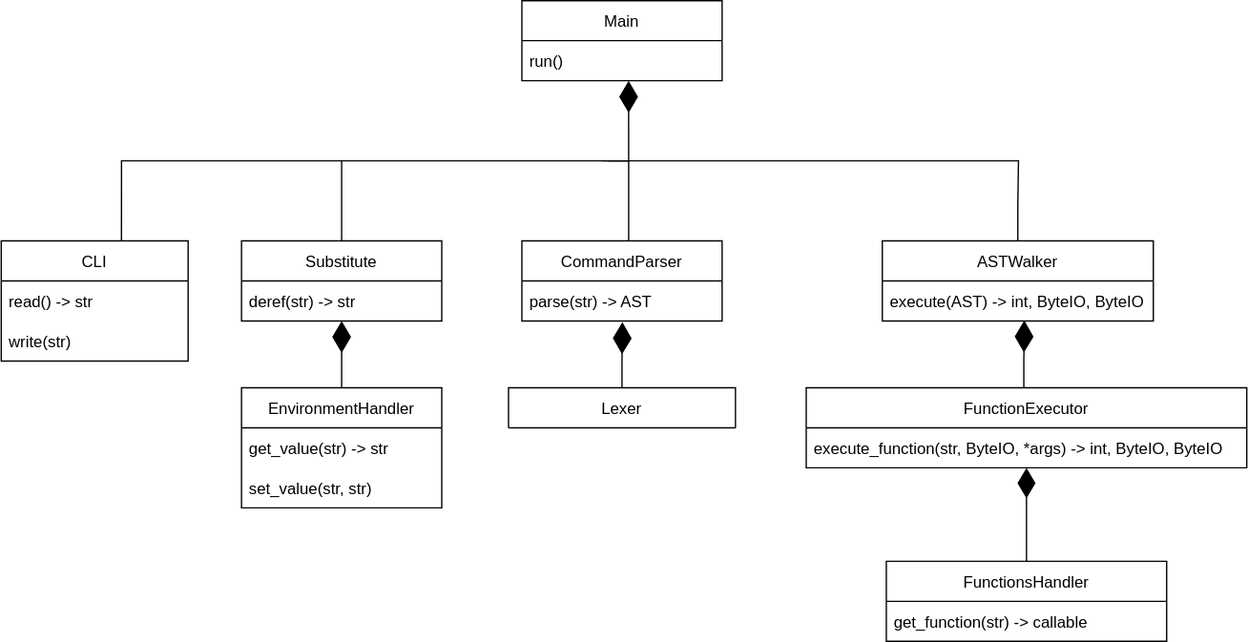
vladnosiv/sd-hse-2022 keeps this draw.io diagram as diagram.svg. Above is the earlier version. Source tidied: cells renumbered, new cells last; positions are measured from the earlier drawing's top-left corner, leaving out a move shared by most shapes.
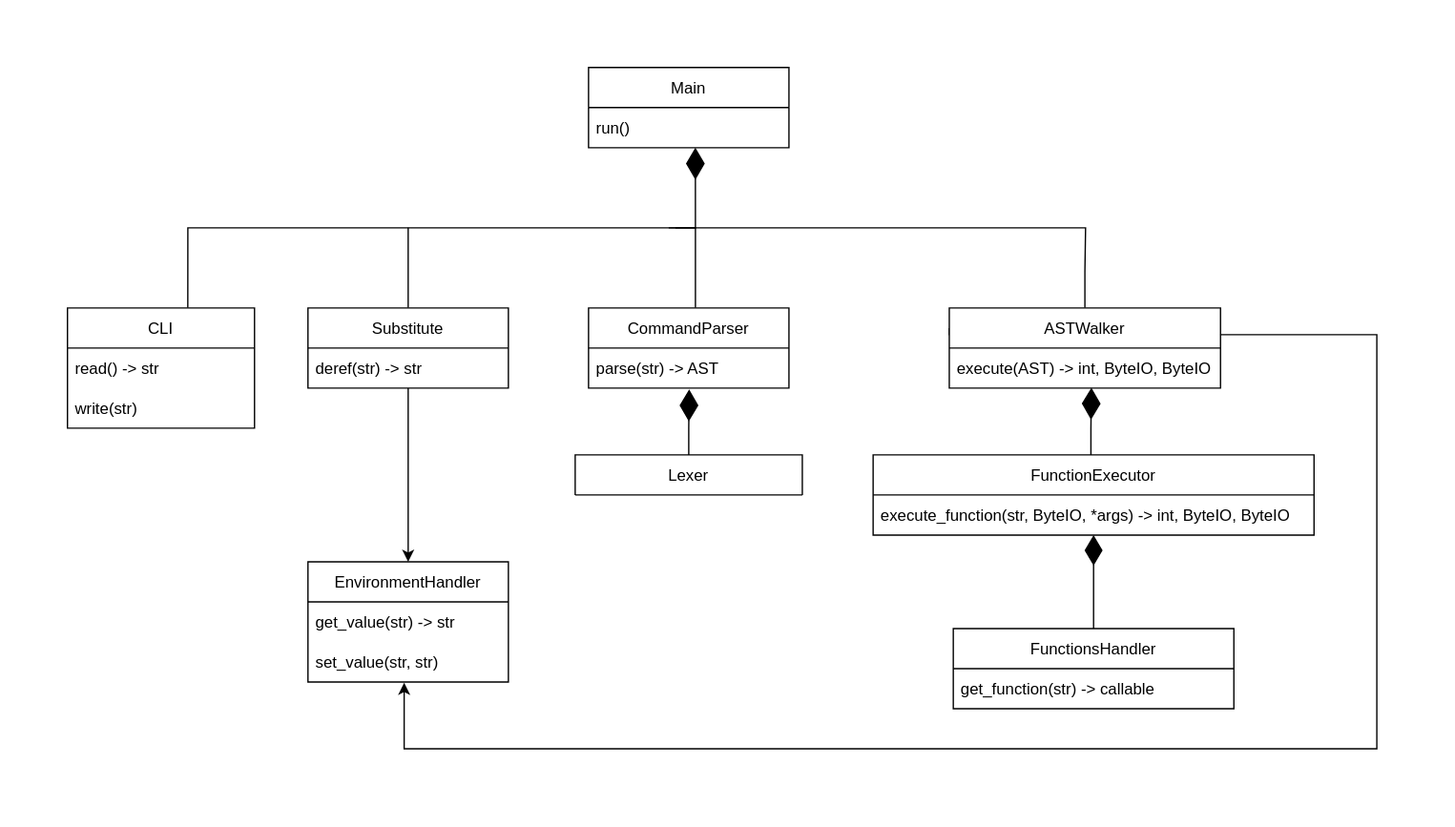
The same file after the commit.

Diff of the diagram source:
```diff
@@ -40,11 +40,8 @@
     <mxCell id="10" value="parse(str) -&gt; AST" style="text;strokeColor=none;fillColor=none;align=left;verticalAlign=middle;spacingLeft=4;spacingRight=4;overflow=hidden;points=[[0,0.5],[1,0.5]];portConstraint=eastwest;" parent="9" vertex="1">
       <mxGeometry y="30" width="150" height="30" as="geometry" />
     </mxCell>
-    <mxCell id="11" style="edgeStyle=orthogonalEdgeStyle;rounded=0;jettySize=auto;html=1;entryX=0.5;entryY=1;entryDx=0;entryDy=0;entryPerimeter=0;endArrow=diamondThin;endFill=1;endSize=21;strokeWidth=1;" parent="1" edge="1" source="12" target="20">
-      <mxGeometry relative="1" as="geometry" />
-    </mxCell>
     <mxCell id="12" value="EnvironmentHandler" style="swimlane;fontStyle=0;horizontal=1;startSize=30;" parent="1" vertex="1">
-      <mxGeometry x="180" y="290" width="150" height="90" as="geometry" />
+      <mxGeometry x="180" y="370" width="150" height="90" as="geometry" />
     </mxCell>
     <mxCell id="13" value="get_value(str) -&gt; str" style="text;strokeColor=none;fillColor=none;align=left;verticalAlign=middle;spacingLeft=4;spacingRight=4;overflow=hidden;" parent="12" vertex="1">
       <mxGeometry y="30" width="150" height="30" as="geometry" />
@@ -71,6 +68,9 @@
         <mxPoint x="255" y="120" as="targetPoint" />
       </mxGeometry>
     </mxCell>
+    <mxCell id="29" style="edgeStyle=orthogonalEdgeStyle;rounded=0;jettySize=auto;html=1;entryX=0.5;entryY=0;entryDx=0;entryDy=0;" parent="1" edge="1" source="19" target="12">
+      <mxGeometry relative="1" as="geometry" />
+    </mxCell>
     <mxCell id="19" value="Substitute" style="swimlane;fontStyle=0;horizontal=1;startSize=30;" parent="1" vertex="1">
       <mxGeometry x="180" y="180" width="150" height="60" as="geometry" />
     </mxCell>
@@ -87,6 +87,16 @@
         </Array>
       </mxGeometry>
     </mxCell>
+    <mxCell id="30" style="edgeStyle=orthogonalEdgeStyle;rounded=0;jettySize=auto;html=1;entryX=0.48;entryY=1.02;entryDx=0;entryDy=0;exitX=0;exitY=0.25;exitDx=0;exitDy=0;entryPerimeter=0;" parent="1" edge="1" source="22" target="14">
+      <mxGeometry relative="1" as="geometry">
+        <Array as="points">
+          <mxPoint x="660" y="200" />
+          <mxPoint x="980" y="200" />
+          <mxPoint x="980" y="510" />
+          <mxPoint x="252" y="510" />
+        </Array>
+      </mxGeometry>
+    </mxCell>
     <mxCell id="22" value="ASTWalker" style="swimlane;fontStyle=0;horizontal=1;startSize=30;" parent="1" vertex="1">
       <mxGeometry x="660" y="180" width="203" height="60" as="geometry" />
     </mxCell>
```
